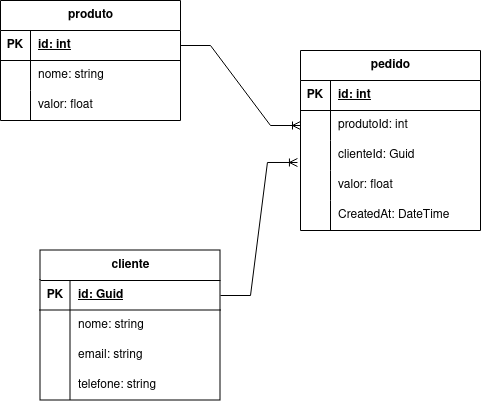
JoaoEduardo10/TestZdz keeps this draw.io diagram as BackEnd/Zdz.drawio.png. Above is the earlier version. Source tidied: cells renumbered, new cells last; positions are measured from the earlier drawing's top-left corner, leaving out a move shared by most shapes.
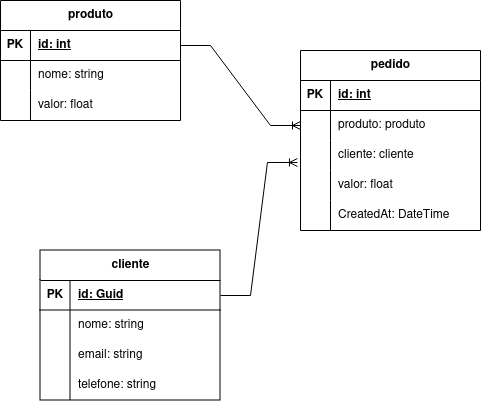
The same file after the commit.

What changed in the source:
```diff
@@ -59,7 +59,7 @@
     <mxCell id="20" style="shape=partialRectangle;fillColor=none;top=0;left=0;bottom=0;right=0;overflow=hidden;whiteSpace=wrap;html=1;" parent="19" vertex="1">
       <mxGeometry width="30" height="30" as="geometry" />
     </mxCell>
-    <mxCell id="21" value="produtoId: int" style="shape=partialRectangle;fillColor=none;top=0;left=0;bottom=0;right=0;align=left;spacingLeft=6;overflow=hidden;whiteSpace=wrap;html=1;" parent="19" vertex="1">
+    <mxCell id="21" value="produto: produto" style="shape=partialRectangle;fillColor=none;top=0;left=0;bottom=0;right=0;align=left;spacingLeft=6;overflow=hidden;whiteSpace=wrap;html=1;" parent="19" vertex="1">
       <mxGeometry x="30" width="150" height="30" as="geometry" />
     </mxCell>
     <mxCell id="22" style="shape=tableRow;horizontal=0;startSize=0;swimlaneHead=0;swimlaneBody=0;fillColor=none;points=[[0,0.5],[1,0.5]];portConstraint=eastwest;top=0;left=0;right=0;bottom=0;" parent="15" vertex="1">
@@ -68,7 +68,7 @@
     <mxCell id="23" style="shape=partialRectangle;fillColor=none;top=0;left=0;bottom=0;right=0;overflow=hidden;whiteSpace=wrap;html=1;" parent="22" vertex="1">
       <mxGeometry width="30" height="30" as="geometry" />
     </mxCell>
-    <mxCell id="24" value="clienteId: Guid" style="shape=partialRectangle;fillColor=none;top=0;left=0;bottom=0;right=0;align=left;spacingLeft=6;overflow=hidden;whiteSpace=wrap;html=1;" parent="22" vertex="1">
+    <mxCell id="24" value="cliente: cliente" style="shape=partialRectangle;fillColor=none;top=0;left=0;bottom=0;right=0;align=left;spacingLeft=6;overflow=hidden;whiteSpace=wrap;html=1;" parent="22" vertex="1">
       <mxGeometry x="30" width="150" height="30" as="geometry" />
     </mxCell>
     <mxCell id="25" style="shape=tableRow;horizontal=0;startSize=0;swimlaneHead=0;swimlaneBody=0;fillColor=none;top=0;left=0;right=0;bottom=0;" parent="15" vertex="1">
```
